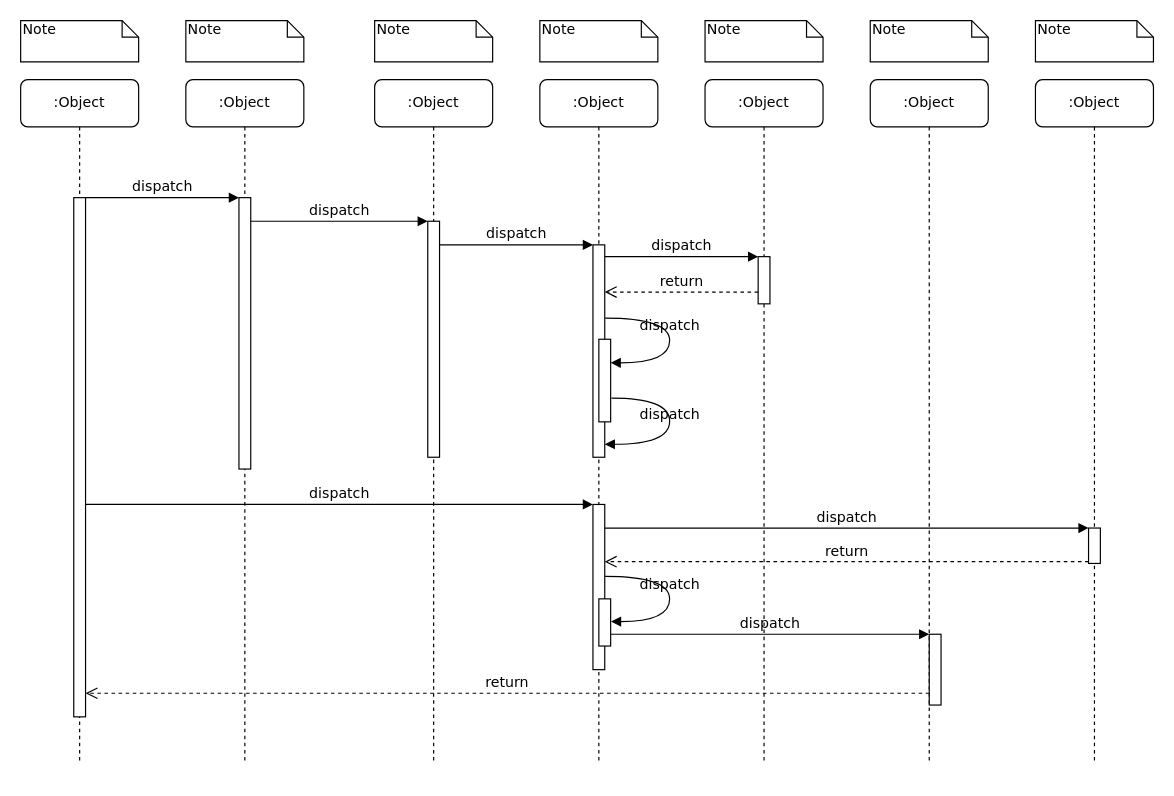
Before: Untitled Diagram6.drawio in Lera19/PlanningSystem, a draw.io diagram. Source tidied: cells renumbered, new cells numbered last; positions are measured from the earlier drawing's top-left corner, leaving out a move shared by most shapes. Both pictures are drawn from the tidied source at 118%, with x=0, y=0 at pixel (20, 20).
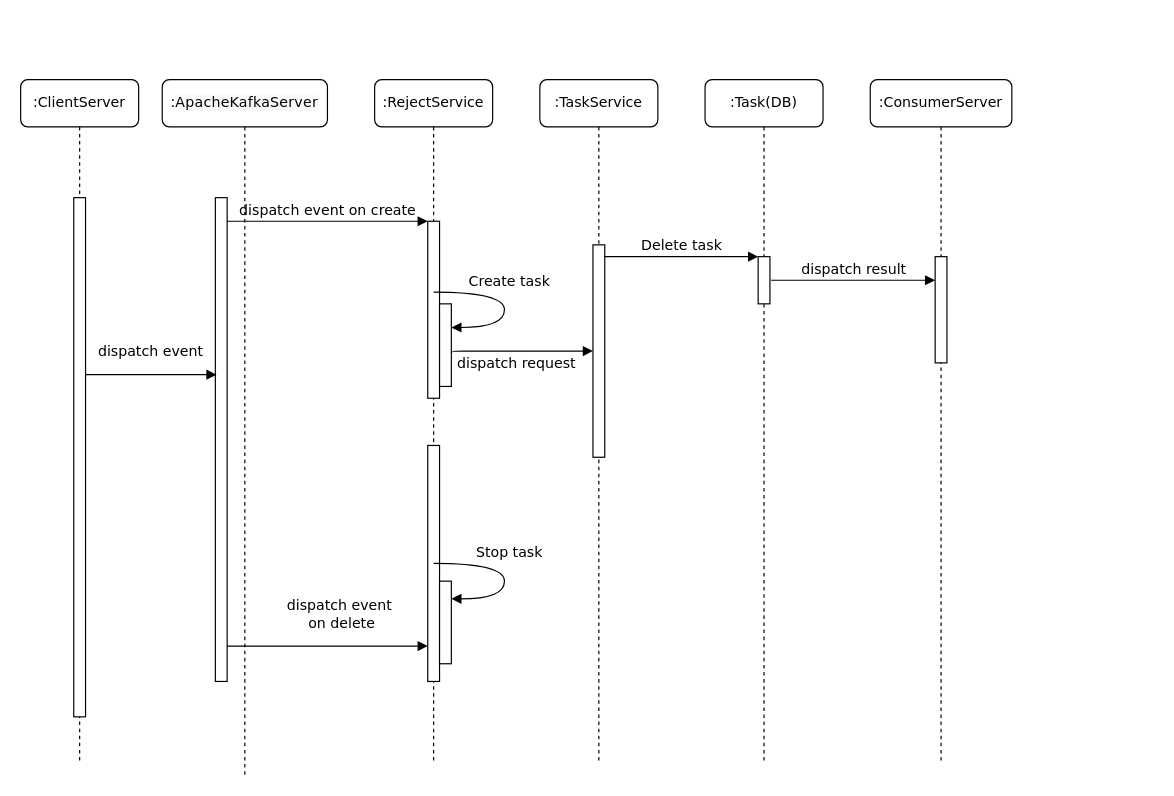
The same diagram, later.

The change refers to these unchanged cells:
```xml
<mxCell id="11" style="html=1;points=[];perimeter=orthogonalPerimeter;rounded=0;shadow=0;comic=0;labelBackgroundColor=none;strokeWidth=1;fontFamily=Verdana;fontSize=12;align=center;" parent="10" vertex="1">
  <mxGeometry x="45" y="100" width="10" height="440" as="geometry" />
</mxCell>
<mxCell id="12" style="html=1;points=[];perimeter=orthogonalPerimeter;rounded=0;shadow=0;comic=0;labelBackgroundColor=none;strokeWidth=1;fontFamily=Verdana;fontSize=12;align=center;" parent="1" vertex="1">
  <mxGeometry x="485" y="190" width="10" height="180" as="geometry" />
</mxCell>
<mxCell id="14" style="html=1;points=[];perimeter=orthogonalPerimeter;rounded=0;shadow=0;comic=0;labelBackgroundColor=none;strokeWidth=1;fontFamily=Verdana;fontSize=12;align=center;" parent="1" vertex="1">
  <mxGeometry x="625" y="200" width="10" height="40" as="geometry" />
</mxCell>
```

The edit, as a diff of the source:
```diff
@@
-    <mxCell id="2" value=":Object" style="shape=umlLifeline;perimeter=lifelinePerimeter;whiteSpace=wrap;html=1;rounded=1;shadow=0;comic=0;labelBackgroundColor=none;strokeWidth=1;fontFamily=Verdana;fontSize=12;align=center;" parent="1" vertex="1">
-      <mxGeometry x="140" y="50" width="100" height="580" as="geometry" />
+    <mxCell id="2" value="&lt;p&gt;&lt;font style=&quot;font-size: 12px&quot;&gt;:&lt;span style=&quot;line-height: 107% ; color: rgb(3 , 3 , 3) ; letter-spacing: 0.15pt ; background: rgb(249 , 249 , 249)&quot;&gt;ApacheKafkaServer&lt;/span&gt;&lt;/font&gt;&lt;/p&gt;&lt;span style=&quot;font-size: 14pt ; line-height: 107% ; color: rgb(36 , 36 , 36) ; background: yellow&quot;&gt;&lt;/span&gt;" style="shape=umlLifeline;perimeter=lifelinePerimeter;whiteSpace=wrap;html=1;rounded=1;shadow=0;comic=0;labelBackgroundColor=none;strokeWidth=1;fontFamily=Verdana;fontSize=12;align=center;" parent="1" vertex="1">
+      <mxGeometry x="120" y="50" width="140" height="590" as="geometry" />
     </mxCell>
     <mxCell id="3" style="html=1;points=[];perimeter=orthogonalPerimeter;rounded=0;shadow=0;comic=0;labelBackgroundColor=none;strokeWidth=1;fontFamily=Verdana;fontSize=12;align=center;" parent="2" vertex="1">
-      <mxGeometry x="45" y="100" width="10" height="230" as="geometry" />
+      <mxGeometry x="45" y="100" width="10" height="410" as="geometry" />
     </mxCell>
-    <mxCell id="4" value=":Object" style="shape=umlLifeline;perimeter=lifelinePerimeter;whiteSpace=wrap;html=1;rounded=1;shadow=0;comic=0;labelBackgroundColor=none;strokeWidth=1;fontFamily=Verdana;fontSize=12;align=center;" parent="1" vertex="1">
+    <mxCell id="4" value=":RejectService" style="shape=umlLifeline;perimeter=lifelinePerimeter;whiteSpace=wrap;html=1;rounded=1;shadow=0;comic=0;labelBackgroundColor=none;strokeWidth=1;fontFamily=Verdana;fontSize=12;align=center;" parent="1" vertex="1">
       <mxGeometry x="300" y="50" width="100" height="580" as="geometry" />
     </mxCell>
     <mxCell id="5" style="html=1;points=[];perimeter=orthogonalPerimeter;rounded=0;shadow=0;comic=0;labelBackgroundColor=none;strokeWidth=1;fontFamily=Verdana;fontSize=12;align=center;" parent="4" vertex="1">
-      <mxGeometry x="45" y="120" width="10" height="200" as="geometry" />
+      <mxGeometry x="45" y="120" width="10" height="150" as="geometry" />
     </mxCell>
-    <mxCell id="6" value=":Object" style="shape=umlLifeline;perimeter=lifelinePerimeter;whiteSpace=wrap;html=1;rounded=1;shadow=0;comic=0;labelBackgroundColor=none;strokeWidth=1;fontFamily=Verdana;fontSize=12;align=center;" parent="1" vertex="1">
+    <mxCell id="6" value=":TaskService" style="shape=umlLifeline;perimeter=lifelinePerimeter;whiteSpace=wrap;html=1;rounded=1;shadow=0;comic=0;labelBackgroundColor=none;strokeWidth=1;fontFamily=Verdana;fontSize=12;align=center;" parent="1" vertex="1">
       <mxGeometry x="440" y="50" width="100" height="580" as="geometry" />
     </mxCell>
-    <mxCell id="7" value=":Object" style="shape=umlLifeline;perimeter=lifelinePerimeter;whiteSpace=wrap;html=1;rounded=1;shadow=0;comic=0;labelBackgroundColor=none;strokeWidth=1;fontFamily=Verdana;fontSize=12;align=center;" parent="1" vertex="1">
+    <mxCell id="7" value=":Task(DB)" style="shape=umlLifeline;perimeter=lifelinePerimeter;whiteSpace=wrap;html=1;rounded=1;shadow=0;comic=0;labelBackgroundColor=none;strokeWidth=1;fontFamily=Verdana;fontSize=12;align=center;" parent="1" vertex="1">
       <mxGeometry x="580" y="50" width="100" height="580" as="geometry" />
     </mxCell>
-    <mxCell id="8" value=":Object" style="shape=umlLifeline;perimeter=lifelinePerimeter;whiteSpace=wrap;html=1;rounded=1;shadow=0;comic=0;labelBackgroundColor=none;strokeWidth=1;fontFamily=Verdana;fontSize=12;align=center;" parent="1" vertex="1">
-      <mxGeometry x="720" y="50" width="100" height="580" as="geometry" />
+    <mxCell id="8" value=":ConsumerServer" style="shape=umlLifeline;perimeter=lifelinePerimeter;whiteSpace=wrap;html=1;rounded=1;shadow=0;comic=0;labelBackgroundColor=none;strokeWidth=1;fontFamily=Verdana;fontSize=12;align=center;" parent="1" vertex="1">
+      <mxGeometry x="720" y="50" width="120" height="580" as="geometry" />
     </mxCell>
-    <mxCell id="9" value=":Object" style="shape=umlLifeline;perimeter=lifelinePerimeter;whiteSpace=wrap;html=1;rounded=1;shadow=0;comic=0;labelBackgroundColor=none;strokeWidth=1;fontFamily=Verdana;fontSize=12;align=center;" parent="1" vertex="1">
-      <mxGeometry x="860" y="50" width="100" height="580" as="geometry" />
-    </mxCell>
-    <mxCell id="10" value=":Object" style="shape=umlLifeline;perimeter=lifelinePerimeter;whiteSpace=wrap;html=1;rounded=1;shadow=0;comic=0;labelBackgroundColor=none;strokeWidth=1;fontFamily=Verdana;fontSize=12;align=center;" parent="1" vertex="1">
+    <mxCell id="10" value="&lt;p&gt;:ClientServer&lt;/p&gt;" style="shape=umlLifeline;perimeter=lifelinePerimeter;whiteSpace=wrap;html=1;rounded=1;shadow=0;comic=0;labelBackgroundColor=none;strokeWidth=1;fontFamily=Verdana;fontSize=12;align=center;" parent="1" vertex="1">
       <mxGeometry y="50" width="100" height="580" as="geometry" />
     </mxCell>
@@
-    <mxCell id="13" value="dispatch" style="html=1;verticalAlign=bottom;endArrow=block;labelBackgroundColor=none;fontFamily=Verdana;fontSize=12;edgeStyle=elbowEdgeStyle;elbow=vertical;" parent="1" edge="1" source="5" target="12">
-      <mxGeometry relative="1" as="geometry">
+    <mxCell id="13" value="dispatch request" style="html=1;verticalAlign=bottom;endArrow=block;labelBackgroundColor=none;fontFamily=Verdana;fontSize=12;edgeStyle=elbowEdgeStyle;elbow=vertical;exitX=1.1;exitY=0.586;exitDx=0;exitDy=0;exitPerimeter=0;" parent="1" edge="1" source="27" target="12">
+      <mxGeometry x="-0.08" y="-20" relative="1" as="geometry">
         <Array as="points">
+          <mxPoint x="450" y="280" />
           <mxPoint x="360" y="190" />
         </Array>
       </mxGeometry>
     </mxCell>
@@
-    <mxCell id="15" value="dispatch" style="html=1;verticalAlign=bottom;endArrow=block;entryX=0;entryY=0;labelBackgroundColor=none;fontFamily=Verdana;fontSize=12;edgeStyle=elbowEdgeStyle;elbow=vertical;" parent="1" edge="1" source="12" target="14">
+    <mxCell id="15" value="Delete task" style="html=1;verticalAlign=bottom;endArrow=block;entryX=0;entryY=0;labelBackgroundColor=none;fontFamily=Verdana;fontSize=12;edgeStyle=elbowEdgeStyle;elbow=vertical;" parent="1" edge="1" source="12" target="14">
       <mxGeometry relative="1" as="geometry" />
     </mxCell>
-    <mxCell id="16" value="return" style="html=1;verticalAlign=bottom;endArrow=open;dashed=1;endSize=8;labelBackgroundColor=none;fontFamily=Verdana;fontSize=12;edgeStyle=elbowEdgeStyle;elbow=vertical;" parent="1" edge="1" source="14" target="12">
-      <mxGeometry relative="1" as="geometry">
-        <Array as="points">
-          <mxPoint x="570" y="230" />
-          <mxPoint x="600" y="230" />
-        </Array>
-      </mxGeometry>
-    </mxCell>
-    <mxCell id="17" style="html=1;points=[];perimeter=orthogonalPerimeter;rounded=0;shadow=0;comic=0;labelBackgroundColor=none;strokeWidth=1;fontFamily=Verdana;fontSize=12;align=center;" parent="1" vertex="1">
-      <mxGeometry x="485" y="410" width="10" height="140" as="geometry" />
-    </mxCell>
-    <mxCell id="18" value="dispatch" style="html=1;verticalAlign=bottom;endArrow=block;entryX=0;entryY=0;labelBackgroundColor=none;fontFamily=Verdana;fontSize=12;" parent="1" edge="1" source="11" target="17">
-      <mxGeometry relative="1" as="geometry" />
-    </mxCell>
     <mxCell id="19" style="html=1;points=[];perimeter=orthogonalPerimeter;rounded=0;shadow=0;comic=0;labelBackgroundColor=none;strokeColor=#000000;strokeWidth=1;fillColor=#FFFFFF;fontFamily=Verdana;fontSize=12;fontColor=#000000;align=center;" parent="1" vertex="1">
-      <mxGeometry x="905" y="430" width="10" height="30" as="geometry" />
+      <mxGeometry x="775" y="200" width="10" height="90" as="geometry" />
     </mxCell>
-    <mxCell id="20" value="dispatch" style="html=1;verticalAlign=bottom;endArrow=block;entryX=0;entryY=0;labelBackgroundColor=none;fontFamily=Verdana;fontSize=12;" parent="1" edge="1" source="17" target="19">
-      <mxGeometry relative="1" as="geometry" />
-    </mxCell>
-    <mxCell id="21" value="return" style="html=1;verticalAlign=bottom;endArrow=open;dashed=1;endSize=8;exitX=0;exitY=0.95;labelBackgroundColor=none;fontFamily=Verdana;fontSize=12;" parent="1" edge="1" source="19" target="17">
-      <mxGeometry relative="1" as="geometry" />
-    </mxCell>
-    <mxCell id="22" style="html=1;points=[];perimeter=orthogonalPerimeter;rounded=0;shadow=0;comic=0;labelBackgroundColor=none;strokeWidth=1;fontFamily=Verdana;fontSize=12;align=center;" parent="1" vertex="1">
-      <mxGeometry x="770" y="520" width="10" height="60" as="geometry" />
-    </mxCell>
-    <mxCell id="23" value="dispatch" style="html=1;verticalAlign=bottom;endArrow=block;entryX=0;entryY=0;labelBackgroundColor=none;fontFamily=Verdana;fontSize=12;edgeStyle=elbowEdgeStyle;elbow=vertical;" parent="1" edge="1" source="30" target="22">
-      <mxGeometry relative="1" as="geometry" />
-    </mxCell>
-    <mxCell id="24" value="return" style="html=1;verticalAlign=bottom;endArrow=open;dashed=1;endSize=8;labelBackgroundColor=none;fontFamily=Verdana;fontSize=12;edgeStyle=elbowEdgeStyle;elbow=vertical;" parent="1" edge="1" source="22" target="11">
-      <mxGeometry relative="1" as="geometry">
-        <Array as="points">
-          <mxPoint x="470" y="570" />
-        </Array>
-      </mxGeometry>
-    </mxCell>
-    <mxCell id="25" value="dispatch" style="html=1;verticalAlign=bottom;endArrow=block;entryX=0;entryY=0;labelBackgroundColor=none;fontFamily=Verdana;fontSize=12;edgeStyle=elbowEdgeStyle;elbow=vertical;" parent="1" edge="1" source="11" target="3">
-      <mxGeometry relative="1" as="geometry" />
+    <mxCell id="25" value="dispatch event" style="html=1;verticalAlign=bottom;endArrow=block;entryX=0.1;entryY=0.366;labelBackgroundColor=none;fontFamily=Verdana;fontSize=12;edgeStyle=elbowEdgeStyle;elbow=vertical;entryDx=0;entryDy=0;entryPerimeter=0;" parent="1" edge="1" source="11" target="3">
+      <mxGeometry x="-0.01" y="10" relative="1" as="geometry">
+        <Array as="points">
+          <mxPoint x="130" y="300" />
+        </Array>
+      </mxGeometry>
     </mxCell>
-    <mxCell id="26" value="dispatch" style="html=1;verticalAlign=bottom;endArrow=block;entryX=0;entryY=0;labelBackgroundColor=none;fontFamily=Verdana;fontSize=12;edgeStyle=elbowEdgeStyle;elbow=vertical;" parent="1" edge="1" source="3" target="5">
+    <mxCell id="26" value="dispatch event on create" style="html=1;verticalAlign=bottom;endArrow=block;entryX=0;entryY=0;labelBackgroundColor=none;fontFamily=Verdana;fontSize=12;edgeStyle=elbowEdgeStyle;elbow=vertical;" parent="1" edge="1" source="3" target="5">
       <mxGeometry relative="1" as="geometry" />
     </mxCell>
     <mxCell id="27" style="html=1;points=[];perimeter=orthogonalPerimeter;rounded=0;shadow=0;comic=0;labelBackgroundColor=none;strokeWidth=1;fontFamily=Verdana;fontSize=12;align=center;" parent="1" vertex="1">
-      <mxGeometry x="490" y="270" width="10" height="70" as="geometry" />
+      <mxGeometry x="355" y="240" width="10" height="70" as="geometry" />
     </mxCell>
-    <mxCell id="28" value="dispatch" style="html=1;verticalAlign=bottom;endArrow=block;labelBackgroundColor=none;fontFamily=Verdana;fontSize=12;elbow=vertical;edgeStyle=orthogonalEdgeStyle;curved=1;entryX=1;entryY=0.286;entryPerimeter=0;exitX=1.038;exitY=0.345;exitPerimeter=0;" parent="1" edge="1" source="12" target="27">
-      <mxGeometry relative="1" as="geometry">
+    <mxCell id="28" value="Create task" style="html=1;verticalAlign=bottom;endArrow=block;labelBackgroundColor=none;fontFamily=Verdana;fontSize=12;elbow=vertical;edgeStyle=orthogonalEdgeStyle;curved=1;entryX=1;entryY=0.286;entryPerimeter=0;exitX=0.5;exitY=0.4;exitDx=0;exitDy=0;exitPerimeter=0;" parent="1" edge="1" source="5" target="27">
+      <mxGeometry x="-0.2" y="-10" relative="1" as="geometry">
         <Array as="points">
-          <mxPoint x="550" y="252" />
-          <mxPoint x="550" y="290" />
+          <mxPoint x="410" y="230" />
+          <mxPoint x="410" y="260" />
         </Array>
+        <mxPoint x="10" y="-10" as="offset" />
       </mxGeometry>
     </mxCell>
-    <mxCell id="29" value="dispatch" style="html=1;verticalAlign=bottom;endArrow=block;labelBackgroundColor=none;fontFamily=Verdana;fontSize=12;elbow=vertical;edgeStyle=orthogonalEdgeStyle;curved=1;exitX=1.066;exitY=0.713;exitPerimeter=0;" parent="1" edge="1" source="27">
-      <mxGeometry relative="1" as="geometry">
-        <mxPoint x="495" y="359" as="targetPoint" />
-        <Array as="points">
-          <mxPoint x="550" y="320" />
-          <mxPoint x="550" y="359" />
-        </Array>
-      </mxGeometry>
-    </mxCell>
-    <mxCell id="30" style="html=1;points=[];perimeter=orthogonalPerimeter;rounded=0;shadow=0;comic=0;labelBackgroundColor=none;strokeWidth=1;fontFamily=Verdana;fontSize=12;align=center;" parent="1" vertex="1">
-      <mxGeometry x="490" y="490" width="10" height="40" as="geometry" />
-    </mxCell>
-    <mxCell id="31" value="dispatch" style="html=1;verticalAlign=bottom;endArrow=block;labelBackgroundColor=none;fontFamily=Verdana;fontSize=12;elbow=vertical;edgeStyle=orthogonalEdgeStyle;curved=1;entryX=1;entryY=0.286;entryPerimeter=0;exitX=1.038;exitY=0.345;exitPerimeter=0;" parent="1" edge="1">
-      <mxGeometry relative="1" as="geometry">
-        <mxPoint x="495.3" y="471" as="sourcePoint" />
-        <mxPoint x="500.3" y="509.3" as="targetPoint" />
-        <Array as="points">
-          <mxPoint x="550" y="471" />
-          <mxPoint x="550" y="509" />
-        </Array>
-      </mxGeometry>
-    </mxCell>
-    <mxCell id="32" value="Note" style="shape=note;whiteSpace=wrap;html=1;size=14;verticalAlign=top;align=left;spacingTop=-6;rounded=0;shadow=0;comic=0;labelBackgroundColor=none;strokeWidth=1;fontFamily=Verdana;fontSize=12;" parent="1" vertex="1">
-      <mxGeometry width="100" height="35" as="geometry" />
-    </mxCell>
-    <mxCell id="33" value="Note" style="shape=note;whiteSpace=wrap;html=1;size=14;verticalAlign=top;align=left;spacingTop=-6;rounded=0;shadow=0;comic=0;labelBackgroundColor=none;strokeWidth=1;fontFamily=Verdana;fontSize=12;" parent="1" vertex="1">
-      <mxGeometry x="140" width="100" height="35" as="geometry" />
-    </mxCell>
-    <mxCell id="34" value="Note" style="shape=note;whiteSpace=wrap;html=1;size=14;verticalAlign=top;align=left;spacingTop=-6;rounded=0;shadow=0;comic=0;labelBackgroundColor=none;strokeWidth=1;fontFamily=Verdana;fontSize=12;" parent="1" vertex="1">
-      <mxGeometry x="300" width="100" height="35" as="geometry" />
-    </mxCell>
-    <mxCell id="35" value="Note" style="shape=note;whiteSpace=wrap;html=1;size=14;verticalAlign=top;align=left;spacingTop=-6;rounded=0;shadow=0;comic=0;labelBackgroundColor=none;strokeWidth=1;fontFamily=Verdana;fontSize=12;" parent="1" vertex="1">
-      <mxGeometry x="440" width="100" height="35" as="geometry" />
-    </mxCell>
-    <mxCell id="36" value="Note" style="shape=note;whiteSpace=wrap;html=1;size=14;verticalAlign=top;align=left;spacingTop=-6;rounded=0;shadow=0;comic=0;labelBackgroundColor=none;strokeWidth=1;fontFamily=Verdana;fontSize=12;" parent="1" vertex="1">
-      <mxGeometry x="580" width="100" height="35" as="geometry" />
-    </mxCell>
-    <mxCell id="37" value="Note" style="shape=note;whiteSpace=wrap;html=1;size=14;verticalAlign=top;align=left;spacingTop=-6;rounded=0;shadow=0;comic=0;labelBackgroundColor=none;strokeWidth=1;fontFamily=Verdana;fontSize=12;" parent="1" vertex="1">
-      <mxGeometry x="720" width="100" height="35" as="geometry" />
-    </mxCell>
-    <mxCell id="38" value="Note" style="shape=note;whiteSpace=wrap;html=1;size=14;verticalAlign=top;align=left;spacingTop=-6;rounded=0;shadow=0;comic=0;labelBackgroundColor=none;strokeWidth=1;fontFamily=Verdana;fontSize=12;" parent="1" vertex="1">
-      <mxGeometry x="860" width="100" height="35" as="geometry" />
-    </mxCell>
+    <mxCell id="39" style="html=1;perimeter=orthogonalPerimeter;rounded=0;shadow=0;comic=0;labelBackgroundColor=none;strokeWidth=1;fontFamily=Verdana;fontSize=12;align=center;" parent="1" vertex="1">
+      <mxGeometry x="345" y="360" width="10" height="200" as="geometry" />
+    </mxCell>
+    <mxCell id="40" value="dispatch event&lt;br&gt;&amp;nbsp;on delete" style="html=1;verticalAlign=bottom;endArrow=block;entryX=0;entryY=0;labelBackgroundColor=none;fontFamily=Verdana;fontSize=12;edgeStyle=elbowEdgeStyle;elbow=vertical;" parent="1" edge="1">
+      <mxGeometry x="0.12" y="10" relative="1" as="geometry">
+        <mxPoint x="175" y="530" as="sourcePoint" />
+        <mxPoint x="345" y="530" as="targetPoint" />
+      </mxGeometry>
+    </mxCell>
+    <mxCell id="41" style="html=1;perimeter=orthogonalPerimeter;rounded=0;shadow=0;comic=0;labelBackgroundColor=none;strokeWidth=1;fontFamily=Verdana;fontSize=12;align=center;" parent="1" vertex="1">
+      <mxGeometry x="355" y="475" width="10" height="70" as="geometry" />
+    </mxCell>
+    <mxCell id="42" value="Stop task" style="html=1;verticalAlign=bottom;endArrow=block;labelBackgroundColor=none;fontFamily=Verdana;fontSize=12;elbow=vertical;edgeStyle=orthogonalEdgeStyle;curved=1;entryX=1;entryY=0.286;entryPerimeter=0;exitX=0.5;exitY=0.4;exitDx=0;exitDy=0;exitPerimeter=0;" parent="1" edge="1">
+      <mxGeometry x="-0.2" y="-10" relative="1" as="geometry">
+        <mxPoint x="350" y="460" as="sourcePoint" />
+        <mxPoint x="365" y="490" as="targetPoint" />
+        <Array as="points">
+          <mxPoint x="410" y="460" />
+          <mxPoint x="410" y="490" />
+        </Array>
+        <mxPoint x="10" y="-10" as="offset" />
+      </mxGeometry>
+    </mxCell>
+    <mxCell id="43" value="dispatch result" style="html=1;verticalAlign=bottom;endArrow=block;entryX=0;entryY=0;labelBackgroundColor=none;fontFamily=Verdana;fontSize=12;edgeStyle=elbowEdgeStyle;elbow=vertical;exitX=1.1;exitY=0.5;exitDx=0;exitDy=0;exitPerimeter=0;" parent="1" edge="1" source="14">
+      <mxGeometry relative="1" as="geometry">
+        <mxPoint x="775" y="219.5" as="targetPoint" />
+      </mxGeometry>
+    </mxCell>
```
